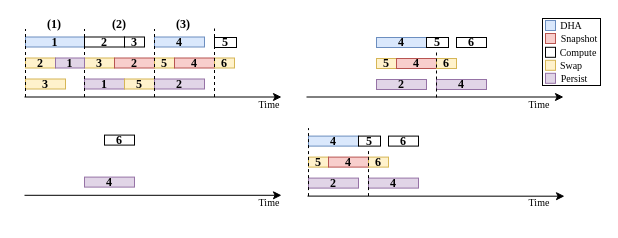
Before: fig/pipeline3.drawio in icszhr/NCheck, a draw.io diagram. Source tidied: cells renumbered, new cells numbered last; positions are measured from the earlier drawing's top-left corner, leaving out a move shared by most shapes. Both pictures are drawn from the tidied source at 100%, with x=0, y=0 at pixel (24, 18).
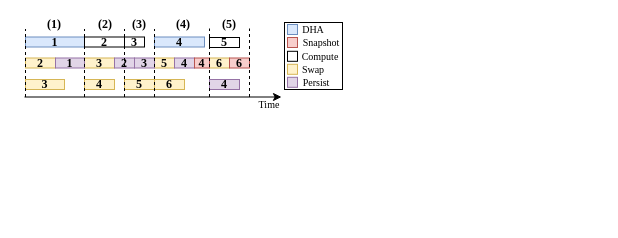
The same page after the edit.

Diff of the diagram source:
```diff
@@
     <mxCell id="2" style="rounded=0;whiteSpace=wrap;html=1;" parent="1" vertex="1">
-      <mxGeometry x="518" width="58" height="67" as="geometry" />
+      <mxGeometry x="260" y="4" width="58" height="67" as="geometry" />
     </mxCell>
-    <mxCell id="3" value="1" style="whiteSpace=wrap;fillColor=#dae8fc;fontSize=12;fillStyle=auto;strokeWidth=1;strokeColor=#6c8ebf;fontFamily=Times New Roman;fontStyle=1;" parent="1" vertex="1">
+    <mxCell id="3" value="1" style="whiteSpace=wrap;fillColor=#dae8fc;fontSize=12;fillStyle=auto;strokeWidth=1;strokeColor=#6c8ebf;fontFamily=Times New Roman;fontStyle=1;spacing=0;" parent="1" vertex="1">
       <mxGeometry x="1" y="18.5" width="59" height="10" as="geometry" />
     </mxCell>
-    <mxCell id="4" value="2" style="whiteSpace=wrap;fillColor=#fff2cc;fontSize=12;fontFamily=Times New Roman;fontStyle=1;strokeColor=#d6b656;" parent="1" vertex="1">
+    <mxCell id="4" value="2" style="whiteSpace=wrap;fillColor=#fff2cc;fontSize=12;fontFamily=Times New Roman;fontStyle=1;strokeColor=#d6b656;spacing=0;" parent="1" vertex="1">
       <mxGeometry x="1" y="39.5" width="30" height="10" as="geometry" />
     </mxCell>
     <mxCell id="5" style="whiteSpace=wrap;html=1;fillColor=#f8cecc;fontFamily=Times New Roman;strokeColor=#b85450;" parent="1" vertex="1">
-      <mxGeometry x="521" y="15" width="10" height="10" as="geometry" />
+      <mxGeometry x="263" y="19" width="10" height="10" as="geometry" />
     </mxCell>
     <mxCell id="6" value="&lt;span style=&quot;font-size: 10px;&quot;&gt;Snapshot&lt;/span&gt;" style="text;html=1;align=center;verticalAlign=middle;whiteSpace=wrap;rounded=0;fontFamily=Times New Roman;" parent="1" vertex="1">
-      <mxGeometry x="535" y="15" width="40" height="10" as="geometry" />
+      <mxGeometry x="277" y="19" width="40" height="10" as="geometry" />
     </mxCell>
     <mxCell id="7" style="whiteSpace=wrap;html=1;fillColor=#dae8fc;strokeColor=#6c8ebf;fontFamily=Times New Roman;" parent="1" vertex="1">
-      <mxGeometry x="521" y="2" width="10" height="10" as="geometry" />
+      <mxGeometry x="263" y="6" width="10" height="10" as="geometry" />
     </mxCell>
     <mxCell id="8" value="&lt;font style=&quot;font-size: 10px;&quot;&gt;DHA&lt;/font&gt;" style="text;html=1;align=center;verticalAlign=middle;whiteSpace=wrap;rounded=0;fontFamily=Times New Roman;" parent="1" vertex="1">
-      <mxGeometry x="537" y="2" width="20" height="10" as="geometry" />
+      <mxGeometry x="279" y="6" width="20" height="10" as="geometry" />
     </mxCell>
-    <mxCell id="9" value="3" style="whiteSpace=wrap;fillColor=#fff2cc;fontSize=12;fontFamily=Times New Roman;fontStyle=1;strokeColor=#d6b656;" parent="1" vertex="1">
-      <mxGeometry x="1" y="60.5" width="40" height="10" as="geometry" />
-    </mxCell>
@@
     <mxCell id="12" style="whiteSpace=wrap;html=1;fontFamily=Times New Roman;" parent="1" vertex="1">
-      <mxGeometry x="521" y="28.8" width="10" height="10" as="geometry" />
+      <mxGeometry x="263" y="32.8" width="10" height="10" as="geometry" />
     </mxCell>
     <mxCell id="13" style="whiteSpace=wrap;html=1;fillColor=#fff2cc;fontFamily=Times New Roman;strokeColor=#d6b656;" parent="1" vertex="1">
-      <mxGeometry x="521" y="41.8" width="10" height="10" as="geometry" />
+      <mxGeometry x="263" y="45.8" width="10" height="10" as="geometry" />
     </mxCell>
     <mxCell id="14" style="whiteSpace=wrap;html=1;fillColor=#e1d5e7;fontFamily=Times New Roman;strokeColor=#9673a6;" parent="1" vertex="1">
-      <mxGeometry x="521" y="54.8" width="10" height="10" as="geometry" />
+      <mxGeometry x="263" y="58.8" width="10" height="10" as="geometry" />
     </mxCell>
     <mxCell id="15" value="&lt;font style=&quot;font-size: 10px;&quot;&gt;Compute&lt;/font&gt;" style="text;html=1;align=center;verticalAlign=middle;whiteSpace=wrap;rounded=0;fontFamily=Times New Roman;" parent="1" vertex="1">
-      <mxGeometry x="534" y="28.8" width="40" height="10" as="geometry" />
+      <mxGeometry x="276" y="32.8" width="40" height="10" as="geometry" />
     </mxCell>
     <mxCell id="16" value="&lt;font style=&quot;font-size: 10px;&quot;&gt;Swap&lt;/font&gt;" style="text;html=1;align=center;verticalAlign=middle;whiteSpace=wrap;rounded=0;fontFamily=Times New Roman;" parent="1" vertex="1">
-      <mxGeometry x="537" y="41.8" width="20" height="10" as="geometry" />
+      <mxGeometry x="279" y="45.8" width="20" height="10" as="geometry" />
     </mxCell>
     <mxCell id="17" value="&lt;font style=&quot;font-size: 10px;&quot;&gt;Persist&lt;/font&gt;" style="text;html=1;align=center;verticalAlign=middle;whiteSpace=wrap;rounded=0;fontFamily=Times New Roman;" parent="1" vertex="1">
-      <mxGeometry x="535" y="54.8" width="30" height="10" as="geometry" />
+      <mxGeometry x="277" y="58.8" width="30" height="10" as="geometry" />
     </mxCell>
-    <mxCell id="18" style="endArrow=none;html=1;rounded=0;dashed=1;" parent="1" edge="1">
-      <mxGeometry relative="1" as="geometry">
-        <mxPoint x="1" y="78.5" as="sourcePoint" />
-        <mxPoint x="1" y="10.5" as="targetPoint" />
-      </mxGeometry>
-    </mxCell>
-    <mxCell id="19" value="2" style="whiteSpace=wrap;fontSize=12;fontFamily=Times New Roman;fontStyle=1;" parent="1" vertex="1">
+    <mxCell id="19" value="2" style="whiteSpace=wrap;fontSize=12;fontFamily=Times New Roman;fontStyle=1;spacing=0;" parent="1" vertex="1">
       <mxGeometry x="60" y="18.5" width="40" height="10" as="geometry" />
     </mxCell>
-    <mxCell id="20" value="4" style="whiteSpace=wrap;fillColor=#dae8fc;fontSize=12;fontFamily=Times New Roman;fontStyle=1;strokeColor=#6c8ebf;" parent="1" vertex="1">
-      <mxGeometry x="352" y="19" width="50" height="10" as="geometry" />
-    </mxCell>
-    <mxCell id="21" value="3" style="whiteSpace=wrap;fillColor=#fff2cc;fontSize=12;fontFamily=Times New Roman;fontStyle=1;strokeColor=#d6b656;" parent="1" vertex="1">
+    <mxCell id="21" value="3" style="whiteSpace=wrap;fillColor=#fff2cc;fontSize=12;fontFamily=Times New Roman;fontStyle=1;strokeColor=#d6b656;spacing=0;" parent="1" vertex="1">
       <mxGeometry x="60" y="39.5" width="30" height="10" as="geometry" />
     </mxCell>
-    <mxCell id="22" value="1" style="whiteSpace=wrap;fillColor=#e1d5e7;fontSize=12;fontFamily=Times New Roman;fontStyle=1;strokeColor=#9673a6;" parent="1" vertex="1">
-      <mxGeometry x="60" y="60.5" width="40" height="10" as="geometry" />
-    </mxCell>
-    <mxCell id="23" value="3" style="whiteSpace=wrap;fontSize=12;fontFamily=Times New Roman;fontStyle=1;" parent="1" vertex="1">
+    <mxCell id="23" value="3" style="whiteSpace=wrap;fontSize=12;fontFamily=Times New Roman;fontStyle=1;spacing=0;" parent="1" vertex="1">
       <mxGeometry x="100" y="18.5" width="20" height="10" as="geometry" />
     </mxCell>
-    <mxCell id="24" value="2" style="whiteSpace=wrap;fillColor=#f8cecc;fontSize=12;fontFamily=Times New Roman;fontStyle=1;strokeColor=#b85450;" parent="1" vertex="1">
-      <mxGeometry x="90" y="39.5" width="40" height="10" as="geometry" />
+    <mxCell id="24" value="2" style="whiteSpace=wrap;fillColor=#e1d5e7;fontSize=12;fontFamily=Times New Roman;fontStyle=1;strokeColor=#9673a6;spacing=0;" parent="1" vertex="1">
+      <mxGeometry x="90" y="39.5" width="20" height="10" as="geometry" />
     </mxCell>
-    <mxCell id="25" value="5" style="whiteSpace=wrap;fillColor=#fff2cc;fontSize=12;fontFamily=Times New Roman;fontStyle=1;strokeColor=#d6b656;" parent="1" vertex="1">
-      <mxGeometry x="100" y="60.5" width="30" height="10" as="geometry" />
-    </mxCell>
-    <mxCell id="26" value="2" style="whiteSpace=wrap;fillColor=#e1d5e7;fontSize=12;fontFamily=Times New Roman;fontStyle=1;strokeColor=#9673a6;" parent="1" vertex="1">
-      <mxGeometry x="352" y="61" width="50" height="10" as="geometry" />
-    </mxCell>
-    <mxCell id="27" value="5" style="whiteSpace=wrap;fillColor=#fff2cc;fontSize=12;fontFamily=Times New Roman;fontStyle=1;strokeColor=#d6b656;" parent="1" vertex="1">
-      <mxGeometry x="352" y="40" width="20" height="10" as="geometry" />
-    </mxCell>
-    <mxCell id="28" value="4" style="whiteSpace=wrap;fillColor=#f8cecc;fontSize=12;fontFamily=Times New Roman;fontStyle=1;strokeColor=#b85450;" parent="1" vertex="1">
-      <mxGeometry x="372" y="40" width="40" height="10" as="geometry" />
-    </mxCell>
-    <mxCell id="29" style="endArrow=none;html=1;rounded=0;dashed=1;" parent="1" edge="1">
-      <mxGeometry relative="1" as="geometry">
-        <mxPoint x="60" y="78.5" as="sourcePoint" />
-        <mxPoint x="60" y="10.5" as="targetPoint" />
-      </mxGeometry>
-    </mxCell>
-    <mxCell id="30" style="endArrow=none;html=1;rounded=0;dashed=1;" parent="1" edge="1">
-      <mxGeometry relative="1" as="geometry">
-        <mxPoint x="130" y="78.5" as="sourcePoint" />
-        <mxPoint x="130" y="10.5" as="targetPoint" />
-      </mxGeometry>
-    </mxCell>
-    <mxCell id="31" value="4" style="whiteSpace=wrap;fillColor=#e1d5e7;fontSize=12;fontFamily=Times New Roman;fontStyle=1;strokeColor=#9673a6;" parent="1" vertex="1">
-      <mxGeometry x="412" y="61" width="50" height="10" as="geometry" />
-    </mxCell>
-    <mxCell id="32" value="5" style="whiteSpace=wrap;fontSize=12;fontFamily=Times New Roman;fontStyle=1;" parent="1" vertex="1">
-      <mxGeometry x="402" y="19" width="22" height="10" as="geometry" />
-    </mxCell>
-    <mxCell id="33" value="6" style="whiteSpace=wrap;fillColor=#fff2cc;fontSize=12;fontFamily=Times New Roman;fontStyle=1;strokeColor=#d6b656;" parent="1" vertex="1">
-      <mxGeometry x="412" y="40" width="20" height="10" as="geometry" />
-    </mxCell>
-    <mxCell id="34" value="6" style="whiteSpace=wrap;fontSize=12;fontFamily=Times New Roman;fontStyle=1;" parent="1" vertex="1">
-      <mxGeometry x="432" y="19" width="30" height="10" as="geometry" />
-    </mxCell>
-    <mxCell id="35" style="endArrow=none;html=1;rounded=0;dashed=1;" parent="1" edge="1">
-      <mxGeometry relative="1" as="geometry">
-        <mxPoint x="412" y="79" as="sourcePoint" />
-        <mxPoint x="412" y="34" as="targetPoint" />
-      </mxGeometry>
-    </mxCell>
-    <mxCell id="36" style="endArrow=classic;html=1;rounded=0;" parent="1" edge="1">
-      <mxGeometry relative="1" as="geometry">
-        <mxPoint y="176.8" as="sourcePoint" />
-        <mxPoint x="257" y="176.8" as="targetPoint" />
-      </mxGeometry>
-    </mxCell>
-    <mxCell id="37" value="&lt;p style=&quot;line-height: 100%;&quot;&gt;&lt;font style=&quot;font-size: 10px;&quot;&gt;Time&lt;/font&gt;&lt;/p&gt;" style="text;html=1;align=center;verticalAlign=middle;whiteSpace=wrap;rounded=0;fontFamily=Times New Roman;" parent="1" vertex="1">
-      <mxGeometry x="220" y="179" width="50" height="10" as="geometry" />
-    </mxCell>
-    <mxCell id="38" value="4" style="whiteSpace=wrap;fillColor=#dae8fc;fontSize=12;fontFamily=Times New Roman;fontStyle=1;strokeColor=#6c8ebf;" parent="1" vertex="1">
+    <mxCell id="38" value="4" style="whiteSpace=wrap;fillColor=#dae8fc;fontSize=12;fontFamily=Times New Roman;fontStyle=1;strokeColor=#6c8ebf;spacing=0;" parent="1" vertex="1">
       <mxGeometry x="130" y="18.5" width="50" height="10" as="geometry" />
     </mxCell>
-    <mxCell id="39" value="2" style="whiteSpace=wrap;fillColor=#e1d5e7;fontSize=12;fontFamily=Times New Roman;fontStyle=1;strokeColor=#9673a6;" parent="1" vertex="1">
-      <mxGeometry x="130" y="60.5" width="50" height="10" as="geometry" />
-    </mxCell>
-    <mxCell id="40" value="5" style="whiteSpace=wrap;fillColor=#fff2cc;fontSize=12;fontFamily=Times New Roman;fontStyle=1;strokeColor=#d6b656;" parent="1" vertex="1">
+    <mxCell id="40" value="5" style="whiteSpace=wrap;fillColor=#fff2cc;fontSize=12;fontFamily=Times New Roman;fontStyle=1;strokeColor=#d6b656;spacing=0;" parent="1" vertex="1">
       <mxGeometry x="130" y="39.5" width="20" height="10" as="geometry" />
     </mxCell>
-    <mxCell id="41" value="4" style="whiteSpace=wrap;fillColor=#f8cecc;fontSize=12;fontFamily=Times New Roman;fontStyle=1;strokeColor=#b85450;" parent="1" vertex="1">
-      <mxGeometry x="150" y="39.5" width="40" height="10" as="geometry" />
+    <mxCell id="41" value="4" style="whiteSpace=wrap;fillColor=#e1d5e7;fontSize=12;fontFamily=Times New Roman;fontStyle=1;strokeColor=#9673a6;spacing=0;" parent="1" vertex="1">
+      <mxGeometry x="150" y="39.5" width="20" height="10" as="geometry" />
     </mxCell>
-    <mxCell id="42" value="&lt;p style=&quot;line-height: 100%;&quot;&gt;&lt;font style=&quot;font-size: 10px;&quot;&gt;Time&lt;/font&gt;&lt;/p&gt;" style="text;html=1;align=center;verticalAlign=middle;whiteSpace=wrap;rounded=0;fontFamily=Times New Roman;" parent="1" vertex="1">
-      <mxGeometry x="490" y="80.8" width="50" height="10" as="geometry" />
-    </mxCell>
-    <mxCell id="43" style="endArrow=none;html=1;rounded=0;dashed=1;" parent="1" edge="1">
-      <mxGeometry relative="1" as="geometry">
-        <mxPoint x="130" y="78.5" as="sourcePoint" />
-        <mxPoint x="130" y="10.5" as="targetPoint" />
-      </mxGeometry>
-    </mxCell>
-    <mxCell id="44" value="4" style="whiteSpace=wrap;fillColor=#e1d5e7;fontSize=12;fontFamily=Times New Roman;fontStyle=1;strokeColor=#9673a6;" parent="1" vertex="1">
-      <mxGeometry x="60" y="158.6" width="50" height="10" as="geometry" />
-    </mxCell>
-    <mxCell id="45" value="5" style="whiteSpace=wrap;fontSize=12;fontFamily=Times New Roman;fontStyle=1;" parent="1" vertex="1">
-      <mxGeometry x="190" y="19" width="22" height="10" as="geometry" />
+    <mxCell id="45" value="5" style="whiteSpace=wrap;fontSize=12;fontFamily=Times New Roman;fontStyle=1;spacing=0;" parent="1" vertex="1">
+      <mxGeometry x="185" y="19" width="30" height="10" as="geometry" />
     </mxCell>
-    <mxCell id="46" value="6" style="whiteSpace=wrap;fillColor=#fff2cc;fontSize=12;fontFamily=Times New Roman;fontStyle=1;strokeColor=#d6b656;" parent="1" vertex="1">
-      <mxGeometry x="190" y="39.5" width="20" height="10" as="geometry" />
+    <mxCell id="46" value="6" style="whiteSpace=wrap;fillColor=#fff2cc;fontSize=12;fontFamily=Times New Roman;fontStyle=1;strokeColor=#d6b656;spacing=0;" parent="1" vertex="1">
+      <mxGeometry x="185" y="39.5" width="20" height="10" as="geometry" />
     </mxCell>
-    <mxCell id="47" value="6" style="whiteSpace=wrap;fontSize=12;fontFamily=Times New Roman;fontStyle=1;" parent="1" vertex="1">
-      <mxGeometry x="80" y="116.6" width="30" height="10" as="geometry" />
-    </mxCell>
-    <mxCell id="48" style="endArrow=none;html=1;rounded=0;dashed=1;" parent="1" edge="1">
-      <mxGeometry relative="1" as="geometry">
-        <mxPoint x="190" y="78.5" as="sourcePoint" />
-        <mxPoint x="190" y="10" as="targetPoint" />
-      </mxGeometry>
-    </mxCell>
-    <mxCell id="49" style="endArrow=classic;html=1;rounded=0;" parent="1" edge="1">
-      <mxGeometry relative="1" as="geometry">
-        <mxPoint x="282" y="78.5" as="sourcePoint" />
-        <mxPoint x="539" y="78.5" as="targetPoint" />
-      </mxGeometry>
-    </mxCell>
-    <mxCell id="50" value="4" style="whiteSpace=wrap;fillColor=#dae8fc;fontSize=12;fontFamily=Times New Roman;fontStyle=1;strokeColor=#6c8ebf;" parent="1" vertex="1">
-      <mxGeometry x="284" y="117.6" width="50" height="10" as="geometry" />
-    </mxCell>
-    <mxCell id="51" value="2" style="whiteSpace=wrap;fillColor=#e1d5e7;fontSize=12;fontFamily=Times New Roman;fontStyle=1;strokeColor=#9673a6;" parent="1" vertex="1">
-      <mxGeometry x="284" y="159.6" width="50" height="10" as="geometry" />
-    </mxCell>
-    <mxCell id="52" value="5" style="whiteSpace=wrap;fillColor=#fff2cc;fontSize=12;fontFamily=Times New Roman;fontStyle=1;strokeColor=#d6b656;" parent="1" vertex="1">
-      <mxGeometry x="284" y="138.6" width="20" height="10" as="geometry" />
-    </mxCell>
-    <mxCell id="53" value="4" style="whiteSpace=wrap;fillColor=#f8cecc;fontSize=12;fontFamily=Times New Roman;fontStyle=1;strokeColor=#b85450;" parent="1" vertex="1">
-      <mxGeometry x="304" y="138.6" width="40" height="10" as="geometry" />
-    </mxCell>
-    <mxCell id="54" value="&lt;p style=&quot;line-height: 100%;&quot;&gt;&lt;font style=&quot;font-size: 10px;&quot;&gt;Time&lt;/font&gt;&lt;/p&gt;" style="text;html=1;align=center;verticalAlign=middle;whiteSpace=wrap;rounded=0;fontFamily=Times New Roman;" parent="1" vertex="1">
-      <mxGeometry x="490" y="179" width="50" height="10" as="geometry" />
-    </mxCell>
-    <mxCell id="55" style="endArrow=none;html=1;rounded=0;dashed=1;" parent="1" edge="1">
-      <mxGeometry relative="1" as="geometry">
-        <mxPoint x="284" y="177.6" as="sourcePoint" />
-        <mxPoint x="284" y="109.6" as="targetPoint" />
-      </mxGeometry>
-    </mxCell>
-    <mxCell id="56" value="4" style="whiteSpace=wrap;fillColor=#e1d5e7;fontSize=12;fontFamily=Times New Roman;fontStyle=1;strokeColor=#9673a6;" parent="1" vertex="1">
-      <mxGeometry x="344" y="159.6" width="50" height="10" as="geometry" />
-    </mxCell>
-    <mxCell id="57" value="5" style="whiteSpace=wrap;fontSize=12;fontFamily=Times New Roman;fontStyle=1;" parent="1" vertex="1">
-      <mxGeometry x="334" y="117.6" width="22" height="10" as="geometry" />
-    </mxCell>
-    <mxCell id="58" value="6" style="whiteSpace=wrap;fillColor=#fff2cc;fontSize=12;fontFamily=Times New Roman;fontStyle=1;strokeColor=#d6b656;" parent="1" vertex="1">
-      <mxGeometry x="344" y="138.6" width="20" height="10" as="geometry" />
-    </mxCell>
-    <mxCell id="59" value="6" style="whiteSpace=wrap;fontSize=12;fontFamily=Times New Roman;fontStyle=1;" parent="1" vertex="1">
-      <mxGeometry x="364" y="117.6" width="30" height="10" as="geometry" />
-    </mxCell>
-    <mxCell id="60" style="endArrow=none;html=1;rounded=0;dashed=1;" parent="1" edge="1">
-      <mxGeometry relative="1" as="geometry">
-        <mxPoint x="344" y="177.6" as="sourcePoint" />
-        <mxPoint x="344" y="132.6" as="targetPoint" />
-      </mxGeometry>
-    </mxCell>
-    <mxCell id="61" style="endArrow=classic;html=1;rounded=0;" parent="1" edge="1">
-      <mxGeometry relative="1" as="geometry">
-        <mxPoint x="283" y="177.6" as="sourcePoint" />
-        <mxPoint x="540" y="177.7" as="targetPoint" />
-      </mxGeometry>
-    </mxCell>
-    <mxCell id="62" value="1" style="whiteSpace=wrap;fillColor=#e1d5e7;fontSize=12;fontFamily=Times New Roman;fontStyle=1;strokeColor=#9673a6;" parent="1" vertex="1">
+    <mxCell id="62" value="1" style="whiteSpace=wrap;fillColor=#e1d5e7;fontSize=12;fontFamily=Times New Roman;fontStyle=1;strokeColor=#9673a6;spacing=0;" parent="1" vertex="1">
       <mxGeometry x="31" y="39.5" width="29" height="10" as="geometry" />
     </mxCell>
@@
     <mxCell id="64" value="&lt;font face=&quot;Times New Roman&quot;&gt;&lt;b&gt;(2)&lt;/b&gt;&lt;/font&gt;" style="text;html=1;align=center;verticalAlign=middle;whiteSpace=wrap;rounded=0;" parent="1" vertex="1">
-      <mxGeometry x="86" width="18" height="12" as="geometry" />
+      <mxGeometry x="72" width="18" height="12" as="geometry" />
     </mxCell>
     <mxCell id="65" value="&lt;font face=&quot;Times New Roman&quot;&gt;&lt;b&gt;(3)&lt;/b&gt;&lt;/font&gt;" style="text;html=1;align=center;verticalAlign=middle;whiteSpace=wrap;rounded=0;" parent="1" vertex="1">
-      <mxGeometry x="150" width="18" height="12" as="geometry" />
+      <mxGeometry x="106" width="18" height="12" as="geometry" />
     </mxCell>
+    <mxCell id="66" value="3" style="whiteSpace=wrap;fontSize=12;fontFamily=Times New Roman;fontStyle=1;spacing=0;fillColor=#e1d5e7;strokeColor=#9673a6;" parent="1" vertex="1">
+      <mxGeometry x="110" y="39.5" width="20" height="10" as="geometry" />
+    </mxCell>
+    <mxCell id="67" value="4" style="whiteSpace=wrap;fillColor=#f8cecc;fontSize=12;fontFamily=Times New Roman;fontStyle=1;strokeColor=#b85450;spacing=0;" parent="1" vertex="1">
+      <mxGeometry x="170" y="39.5" width="15" height="10" as="geometry" />
+    </mxCell>
+    <mxCell id="68" value="&lt;font face=&quot;Times New Roman&quot;&gt;&lt;b&gt;(4)&lt;/b&gt;&lt;/font&gt;" style="text;html=1;align=center;verticalAlign=middle;whiteSpace=wrap;rounded=0;" parent="1" vertex="1">
+      <mxGeometry x="150" width="18" height="12" as="geometry" />
+    </mxCell>
+    <mxCell id="69" value="3" style="whiteSpace=wrap;fillColor=#fff2cc;fontSize=12;fontFamily=Times New Roman;fontStyle=1;strokeColor=#d6b656;spacing=0;" parent="1" vertex="1">
+      <mxGeometry x="1" y="61" width="39" height="10" as="geometry" />
+    </mxCell>
+    <mxCell id="70" value="4" style="whiteSpace=wrap;fillColor=#fff2cc;fontSize=12;fontFamily=Times New Roman;fontStyle=1;strokeColor=#d6b656;spacing=0;" parent="1" vertex="1">
+      <mxGeometry x="60" y="61" width="30" height="10" as="geometry" />
+    </mxCell>
+    <mxCell id="71" value="5" style="whiteSpace=wrap;fillColor=#fff2cc;fontSize=12;fontFamily=Times New Roman;fontStyle=1;strokeColor=#d6b656;spacing=0;" parent="1" vertex="1">
+      <mxGeometry x="100" y="61" width="30" height="10" as="geometry" />
+    </mxCell>
+    <mxCell id="72" value="6" style="whiteSpace=wrap;fillColor=#fff2cc;fontSize=12;fontFamily=Times New Roman;fontStyle=1;strokeColor=#d6b656;spacing=0;" parent="1" vertex="1">
+      <mxGeometry x="130" y="61" width="30" height="10" as="geometry" />
+    </mxCell>
+    <mxCell id="73" value="4" style="whiteSpace=wrap;fillColor=#e1d5e7;fontSize=12;fontFamily=Times New Roman;fontStyle=1;strokeColor=#9673a6;spacing=0;" parent="1" vertex="1">
+      <mxGeometry x="185" y="61" width="30" height="10" as="geometry" />
+    </mxCell>
+    <mxCell id="74" value="6" style="whiteSpace=wrap;fillColor=#f8cecc;fontSize=12;fontFamily=Times New Roman;fontStyle=1;strokeColor=#b85450;spacing=0;" parent="1" vertex="1">
+      <mxGeometry x="205" y="39.5" width="20" height="10" as="geometry" />
+    </mxCell>
+    <mxCell id="75" value="&lt;font face=&quot;Times New Roman&quot;&gt;&lt;b&gt;(5)&lt;/b&gt;&lt;/font&gt;" style="text;html=1;align=center;verticalAlign=middle;whiteSpace=wrap;rounded=0;" parent="1" vertex="1">
+      <mxGeometry x="196" width="18" height="12" as="geometry" />
+    </mxCell>
+    <mxCell id="18" style="endArrow=none;html=1;rounded=0;dashed=1;" parent="1" edge="1">
+      <mxGeometry relative="1" as="geometry">
+        <mxPoint x="1" y="78.5" as="sourcePoint" />
+        <mxPoint x="1" y="10.5" as="targetPoint" />
+      </mxGeometry>
+    </mxCell>
+    <mxCell id="29" style="endArrow=none;html=1;rounded=0;dashed=1;" parent="1" edge="1">
+      <mxGeometry relative="1" as="geometry">
+        <mxPoint x="60" y="78.5" as="sourcePoint" />
+        <mxPoint x="60" y="10.5" as="targetPoint" />
+      </mxGeometry>
+    </mxCell>
+    <mxCell id="43" style="endArrow=none;html=1;rounded=0;dashed=1;" parent="1" edge="1">
+      <mxGeometry relative="1" as="geometry">
+        <mxPoint x="100" y="78.5" as="sourcePoint" />
+        <mxPoint x="100" y="10.5" as="targetPoint" />
+      </mxGeometry>
+    </mxCell>
+    <mxCell id="30" style="endArrow=none;html=1;rounded=0;dashed=1;" parent="1" edge="1">
+      <mxGeometry relative="1" as="geometry">
+        <mxPoint x="130" y="78.5" as="sourcePoint" />
+        <mxPoint x="130" y="10.5" as="targetPoint" />
+      </mxGeometry>
+    </mxCell>
+    <mxCell id="48" style="endArrow=none;html=1;rounded=0;dashed=1;" parent="1" edge="1">
+      <mxGeometry relative="1" as="geometry">
+        <mxPoint x="185" y="78.5" as="sourcePoint" />
+        <mxPoint x="185" y="10" as="targetPoint" />
+      </mxGeometry>
+    </mxCell>
+    <mxCell id="76" style="endArrow=none;html=1;rounded=0;dashed=1;" parent="1" edge="1">
+      <mxGeometry relative="1" as="geometry">
+        <mxPoint x="225" y="78.5" as="sourcePoint" />
+        <mxPoint x="225" y="10" as="targetPoint" />
+      </mxGeometry>
+    </mxCell>
```
